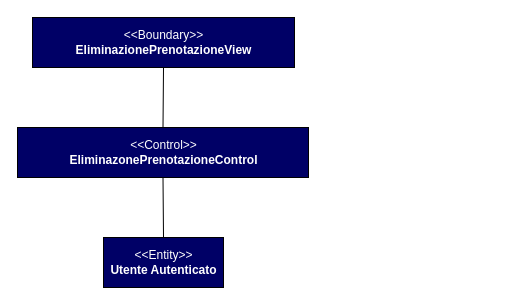
This is Documenti/UML Aggiornati/Eliminazione Prenotazione/CancellazionePrenotazionePersonale.drawio from Givaa/MedQueue, a draw.io file, before an edit. Source tidied: cells renumbered, new cells numbered last; positions are measured from the earlier drawing's top-left corner, leaving out a move shared by most shapes. Both pictures are drawn from the tidied source at 100%, with x=0, y=0 at pixel (17, 17).
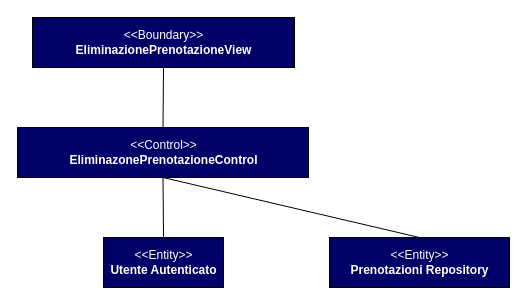
The same page after the edit.

Commit message:
Update w/Prenotazioni Repo CancellazionePrenotazionePersonale.drawio

The edit, as a diff of the source:
```diff
@@
 <mxGraphModel>
   <root>
     <mxCell id="0" />
     <mxCell id="1" parent="0" />
     <mxCell id="2" value="&lt;font color=&quot;#ffffff&quot;&gt;&amp;lt;&amp;lt;Entity&amp;gt;&amp;gt;&lt;br&gt;&lt;/font&gt;&lt;div&gt;&lt;b&gt;&lt;font color=&quot;#ffffff&quot;&gt;Utente Autenticato&lt;/font&gt;&lt;/b&gt;&lt;br&gt;&lt;/div&gt;" style="html=1;fillColor=#000066;" parent="1" vertex="1">
       <mxGeometry x="86" y="220" width="120" height="50" as="geometry" />
     </mxCell>
     <mxCell id="3" value="&lt;font color=&quot;#ffffff&quot;&gt;&amp;lt;&amp;lt;Control&amp;gt;&amp;gt;&lt;br&gt;&lt;/font&gt;&lt;div&gt;&lt;b&gt;&lt;font color=&quot;#ffffff&quot;&gt;EliminazonePrenotazioneControl&lt;/font&gt;&lt;/b&gt;&lt;br&gt;&lt;/div&gt;" style="html=1;fillColor=#000066;" parent="1" vertex="1">
       <mxGeometry y="110" width="291" height="50" as="geometry" />
     </mxCell>
     <mxCell id="4" value="&lt;font color=&quot;#ffffff&quot;&gt;&amp;lt;&amp;lt;Boundary&amp;gt;&amp;gt;&lt;br&gt;&lt;/font&gt;&lt;div&gt;&lt;b&gt;&lt;font color=&quot;#ffffff&quot;&gt;EliminazionePrenotazioneView&lt;/font&gt;&lt;/b&gt;&lt;br&gt;&lt;/div&gt;" style="html=1;fillColor=#000066;" parent="1" vertex="1">
       <mxGeometry x="15" width="262" height="50" as="geometry" />
     </mxCell>
     <mxCell id="5" style="endArrow=none;html=1;entryX=0.5;entryY=1;entryDx=0;entryDy=0;exitX=0.5;exitY=0;exitDx=0;exitDy=0;" parent="1" edge="1" source="2" target="3">
       <mxGeometry relative="1" as="geometry" />
     </mxCell>
     <mxCell id="6" style="endArrow=none;html=1;entryX=0.5;entryY=1;entryDx=0;entryDy=0;exitX=0.5;exitY=0;exitDx=0;exitDy=0;" parent="1" edge="1" source="3" target="4">
       <mxGeometry relative="1" as="geometry" />
     </mxCell>
+    <mxCell id="7" style="endArrow=none;html=1;entryX=0.5;entryY=1;entryDx=0;entryDy=0;exitX=0.5;exitY=0;exitDx=0;exitDy=0;" parent="1" edge="1" source="8" target="3">
+      <mxGeometry relative="1" as="geometry" />
+    </mxCell>
+    <mxCell id="8" value="&lt;font color=&quot;#ffffff&quot;&gt;&amp;lt;&amp;lt;Entity&amp;gt;&amp;gt;&lt;br&gt;&lt;/font&gt;&lt;div&gt;&lt;b&gt;&lt;font color=&quot;#ffffff&quot;&gt;Prenotazioni Repository&lt;/font&gt;&lt;/b&gt;&lt;br&gt;&lt;/div&gt;" style="html=1;fillColor=#000066;" parent="1" vertex="1">
+      <mxGeometry x="312" y="220" width="180" height="50" as="geometry" />
+    </mxCell>
   </root>
 </mxGraphModel>
```
